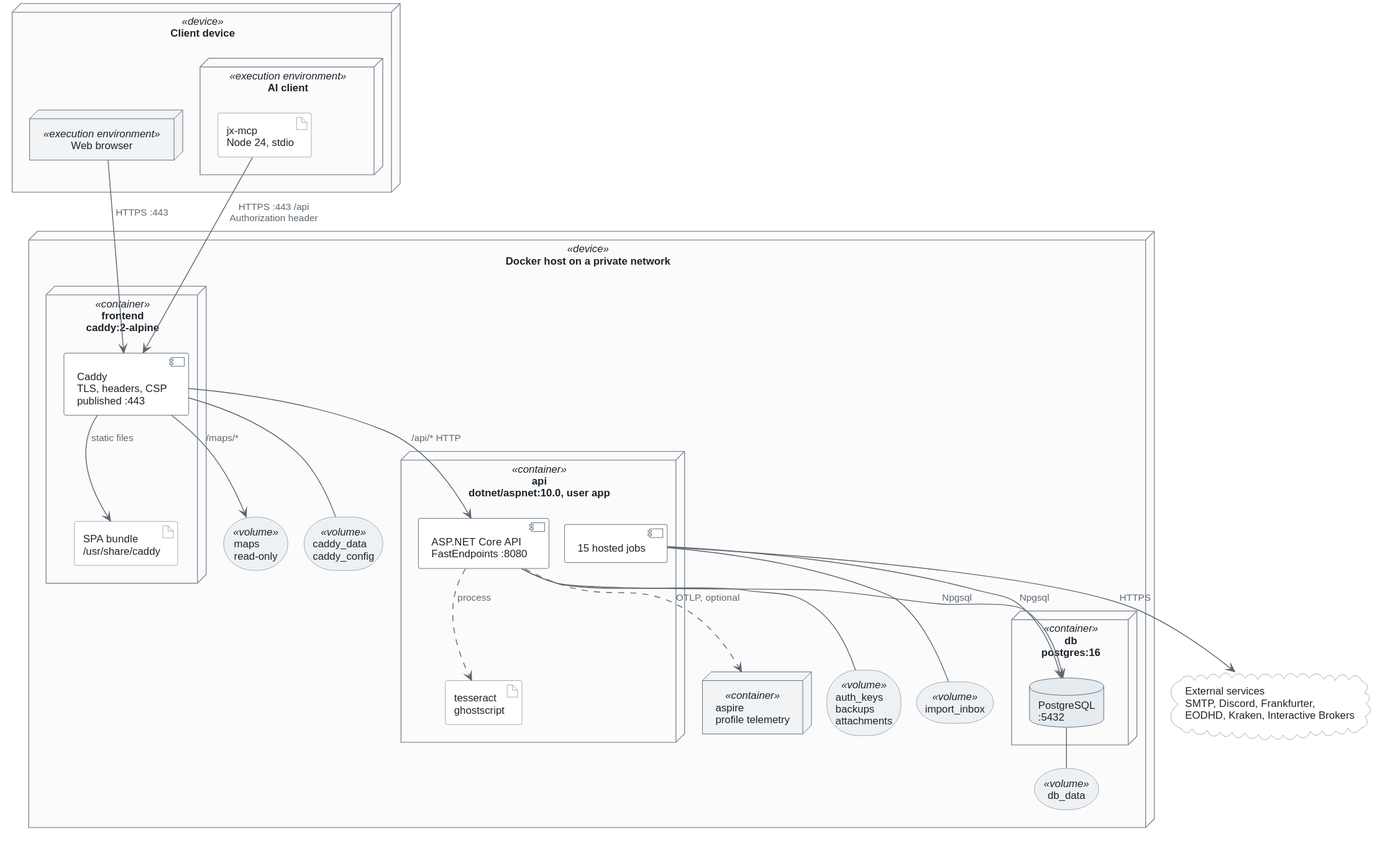
Justxs/Jx-Finance keeps this PlantUML diagram as docs/architecture/diagrams/deployment.svg. Above is the earlier version. The source it was exported from:
```plantuml
@startuml
!include style.iuml

node "Client device" <<device>> as client {
  node "Web browser" <<execution environment>> as browser
  node "AI client" <<execution environment>> as aiclient {
    artifact "jx-mcp\nNode 24, stdio" as mcp
  }
}

node "Docker host on a private network" <<device>> as host {
  node "frontend\ncaddy:2-alpine" <<container>> as fe {
    component "Caddy\nTLS, headers, CSP\npublished :443" as caddy
    artifact "SPA bundle\n/usr/share/caddy" as spa
  }
  node "api\ndotnet/aspnet:10.0, user app" <<container>> as api {
    component "ASP.NET Core API\nFastEndpoints :8080" as kestrel
    component "15 hosted jobs" as jobs
    artifact "tesseract\nghostscript" as ocr
  }
  node "db\npostgres:16" <<container>> as dbc {
    database "PostgreSQL\n:5432" as pg
  }
  node "aspire\nprofile telemetry" <<container>> as aspire

  storage "maps\nread-only" <<volume>> as vmaps
  storage "caddy_data\ncaddy_config" <<volume>> as vcaddy
  storage "auth_keys\nbackups\nattachments" <<volume>> as vapi
  storage "import_inbox" <<volume>> as vinbox
  storage "db_data" <<volume>> as vdb
}

cloud "External services\nSMTP, Discord, Frankfurter,\nEODHD, Kraken, Interactive Brokers" as ext

browser --> caddy : HTTPS :443
mcp --> caddy : HTTPS :443 /api\nAuthorization header
caddy --> spa : static files
caddy --> vmaps : /maps/*
caddy -- vcaddy
caddy --> kestrel : /api/* HTTP
kestrel --> pg : Npgsql
jobs --> pg : Npgsql
kestrel ..> ocr : process
kestrel -- vapi
jobs -- vinbox
pg -- vdb
kestrel ..> aspire : OTLP, optional
jobs --> ext : HTTPS
@enduml
```
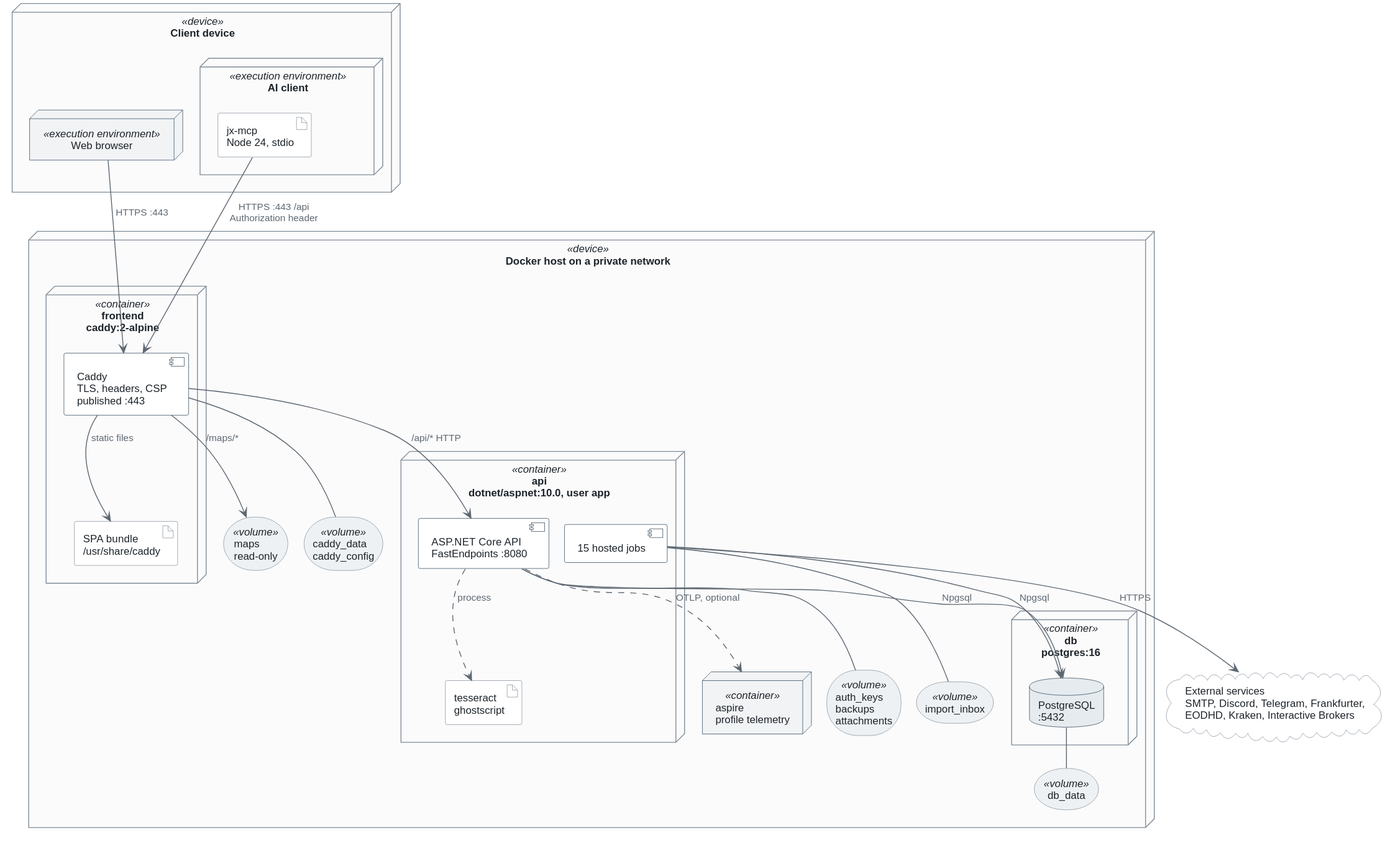
The same file after the commit.

Diff of the diagram source:
```diff
@@ -30,7 +30,7 @@
   storage "db_data" <<volume>> as vdb
 }
 
-cloud "External services\nSMTP, Discord, Frankfurter,\nEODHD, Kraken, Interactive Brokers" as ext
+cloud "External services\nSMTP, Discord, Telegram, Frankfurter,\nEODHD, Kraken, Interactive Brokers" as ext
 
 browser --> caddy : HTTPS :443
 mcp --> caddy : HTTPS :443 /api\nAuthorization header
```
